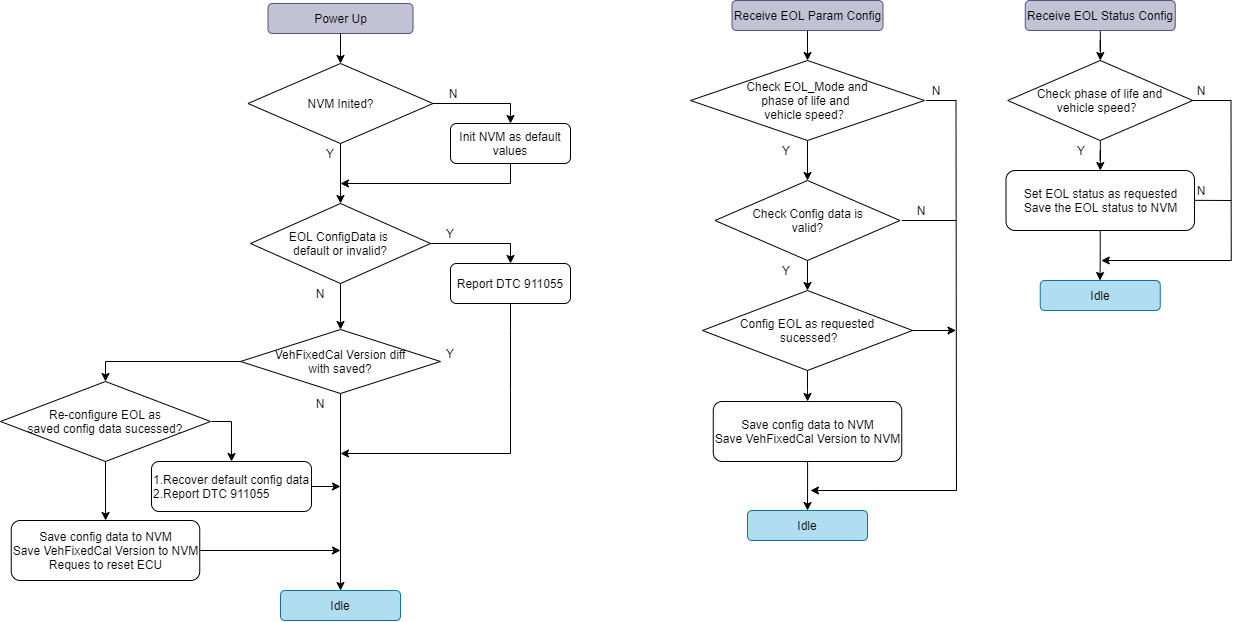
Above: EVG_EOL.png in woshitanwang/pics_procdure (draw.io), before the change. Source tidied: cells renumbered, new cells last; positions are measured from the earlier drawing's top-left corner, leaving out a move shared by most shapes.
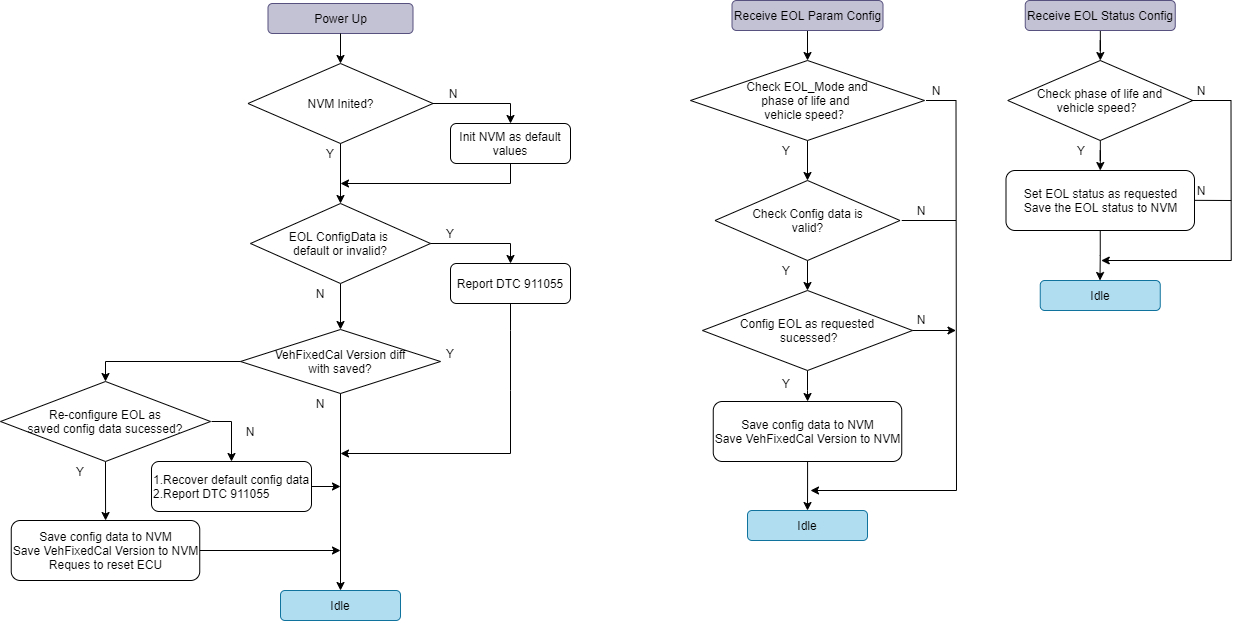
The same diagram one commit later.

The edit, as a diff of the source:
```diff
@@ -253,5 +253,17 @@
         <mxPoint x="955.5" y="330" as="targetPoint" />
       </mxGeometry>
     </mxCell>
+    <mxCell id="62" value="N" style="text;html=1;strokeColor=none;fillColor=none;align=center;verticalAlign=middle;whiteSpace=wrap;rounded=0;" parent="1" vertex="1">
+      <mxGeometry x="901.2" y="309" width="40" height="20" as="geometry" />
+    </mxCell>
+    <mxCell id="63" value="Y" style="text;html=1;strokeColor=none;fillColor=none;align=center;verticalAlign=middle;whiteSpace=wrap;rounded=0;" parent="1" vertex="1">
+      <mxGeometry x="765.5" y="373" width="40" height="20" as="geometry" />
+    </mxCell>
+    <mxCell id="64" value="Y" style="text;html=1;strokeColor=none;fillColor=none;align=center;verticalAlign=middle;whiteSpace=wrap;rounded=0;" parent="1" vertex="1">
+      <mxGeometry x="60" y="461" width="40" height="20" as="geometry" />
+    </mxCell>
+    <mxCell id="65" value="N" style="text;html=1;strokeColor=none;fillColor=none;align=center;verticalAlign=middle;whiteSpace=wrap;rounded=0;" parent="1" vertex="1">
+      <mxGeometry x="230" y="421" width="40" height="20" as="geometry" />
+    </mxCell>
   </root>
 </mxGraphModel>
```
